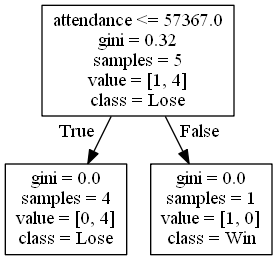
Earlier version of the Graphviz export DecisionTrees/Pac-12decision_tree_no_score11.png (alexana-steck/CSE482Project). Its source is kept beside it as DecisionTrees/Pac-12decision_tree_no_score11.dot. The source it was exported from:
```dot
digraph Tree {
node [shape=box] ;
0 [label="attendance <= 57367.0\ngini = 0.32\nsamples = 5\nvalue = [1, 4]\nclass = Lose"] ;
1 [label="gini = 0.0\nsamples = 4\nvalue = [0, 4]\nclass = Lose"] ;
0 -> 1 [labeldistance=2.5, labelangle=45, headlabel="True"] ;
2 [label="gini = 0.0\nsamples = 1\nvalue = [1, 0]\nclass = Win"] ;
0 -> 2 [labeldistance=2.5, labelangle=-45, headlabel="False"] ;
}
```
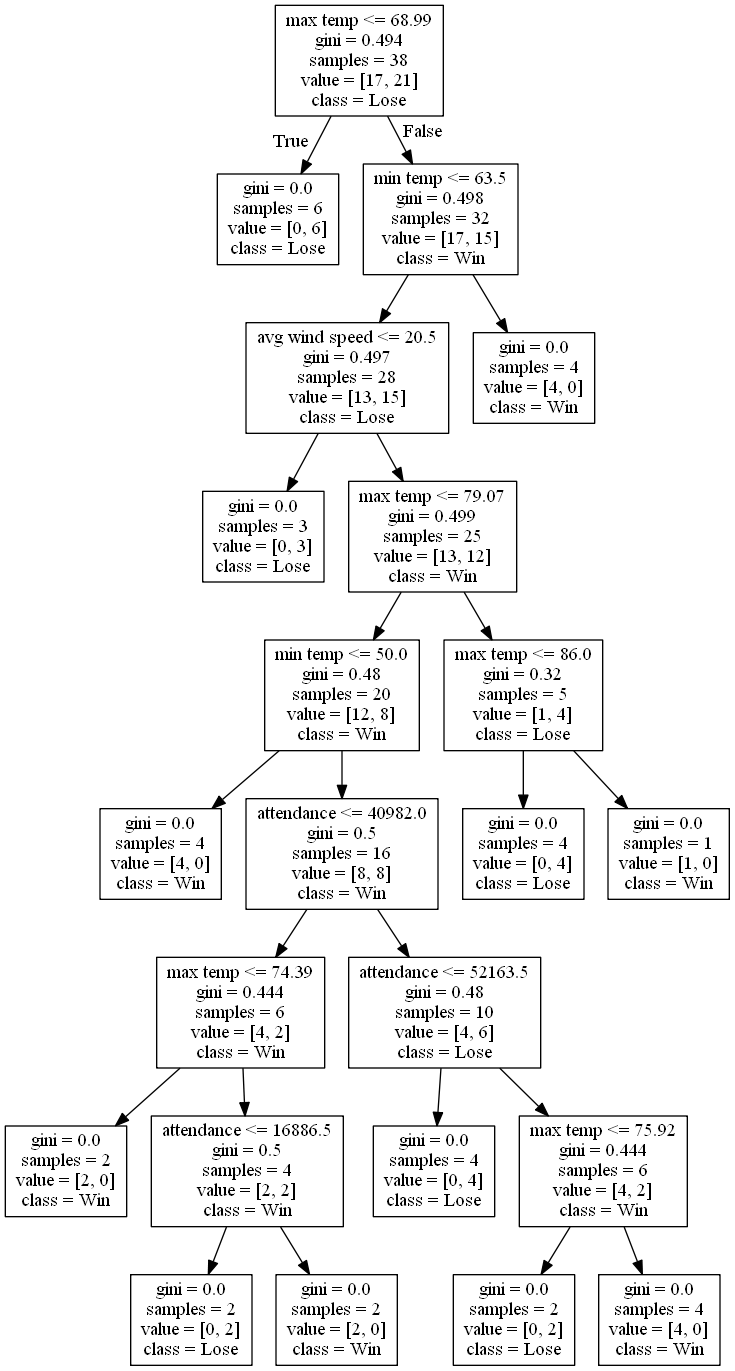
Above is the later version.

What changed in the source:
```diff
@@ -1,8 +1,48 @@
 digraph Tree {
 node [shape=box] ;
-0 [label="attendance <= 57367.0\ngini = 0.32\nsamples = 5\nvalue = [1, 4]\nclass = Lose"] ;
-1 [label="gini = 0.0\nsamples = 4\nvalue = [0, 4]\nclass = Lose"] ;
+0 [label="max temp <= 68.99\ngini = 0.494\nsamples = 38\nvalue = [17, 21]\nclass = Lose"] ;
+1 [label="gini = 0.0\nsamples = 6\nvalue = [0, 6]\nclass = Lose"] ;
 0 -> 1 [labeldistance=2.5, labelangle=45, headlabel="True"] ;
-2 [label="gini = 0.0\nsamples = 1\nvalue = [1, 0]\nclass = Win"] ;
+2 [label="min temp <= 63.5\ngini = 0.498\nsamples = 32\nvalue = [17, 15]\nclass = Win"] ;
 0 -> 2 [labeldistance=2.5, labelangle=-45, headlabel="False"] ;
+3 [label="avg wind speed <= 20.5\ngini = 0.497\nsamples = 28\nvalue = [13, 15]\nclass = Lose"] ;
+2 -> 3 ;
+4 [label="gini = 0.0\nsamples = 3\nvalue = [0, 3]\nclass = Lose"] ;
+3 -> 4 ;
+5 [label="max temp <= 79.07\ngini = 0.499\nsamples = 25\nvalue = [13, 12]\nclass = Win"] ;
+3 -> 5 ;
+6 [label="min temp <= 50.0\ngini = 0.48\nsamples = 20\nvalue = [12, 8]\nclass = Win"] ;
+5 -> 6 ;
+7 [label="gini = 0.0\nsamples = 4\nvalue = [4, 0]\nclass = Win"] ;
+6 -> 7 ;
+8 [label="attendance <= 40982.0\ngini = 0.5\nsamples = 16\nvalue = [8, 8]\nclass = Win"] ;
+6 -> 8 ;
+9 [label="max temp <= 74.39\ngini = 0.444\nsamples = 6\nvalue = [4, 2]\nclass = Win"] ;
+8 -> 9 ;
+10 [label="gini = 0.0\nsamples = 2\nvalue = [2, 0]\nclass = Win"] ;
+9 -> 10 ;
+11 [label="attendance <= 16886.5\ngini = 0.5\nsamples = 4\nvalue = [2, 2]\nclass = Win"] ;
+9 -> 11 ;
+12 [label="gini = 0.0\nsamples = 2\nvalue = [0, 2]\nclass = Lose"] ;
+11 -> 12 ;
+13 [label="gini = 0.0\nsamples = 2\nvalue = [2, 0]\nclass = Win"] ;
+11 -> 13 ;
+14 [label="attendance <= 52163.5\ngini = 0.48\nsamples = 10\nvalue = [4, 6]\nclass = Lose"] ;
+8 -> 14 ;
+15 [label="gini = 0.0\nsamples = 4\nvalue = [0, 4]\nclass = Lose"] ;
+14 -> 15 ;
+16 [label="max temp <= 75.92\ngini = 0.444\nsamples = 6\nvalue = [4, 2]\nclass = Win"] ;
+14 -> 16 ;
+17 [label="gini = 0.0\nsamples = 2\nvalue = [0, 2]\nclass = Lose"] ;
+16 -> 17 ;
+18 [label="gini = 0.0\nsamples = 4\nvalue = [4, 0]\nclass = Win"] ;
+16 -> 18 ;
+19 [label="max temp <= 86.0\ngini = 0.32\nsamples = 5\nvalue = [1, 4]\nclass = Lose"] ;
+5 -> 19 ;
+20 [label="gini = 0.0\nsamples = 4\nvalue = [0, 4]\nclass = Lose"] ;
+19 -> 20 ;
+21 [label="gini = 0.0\nsamples = 1\nvalue = [1, 0]\nclass = Win"] ;
+19 -> 21 ;
+22 [label="gini = 0.0\nsamples = 4\nvalue = [4, 0]\nclass = Win"] ;
+2 -> 22 ;
 }
```
